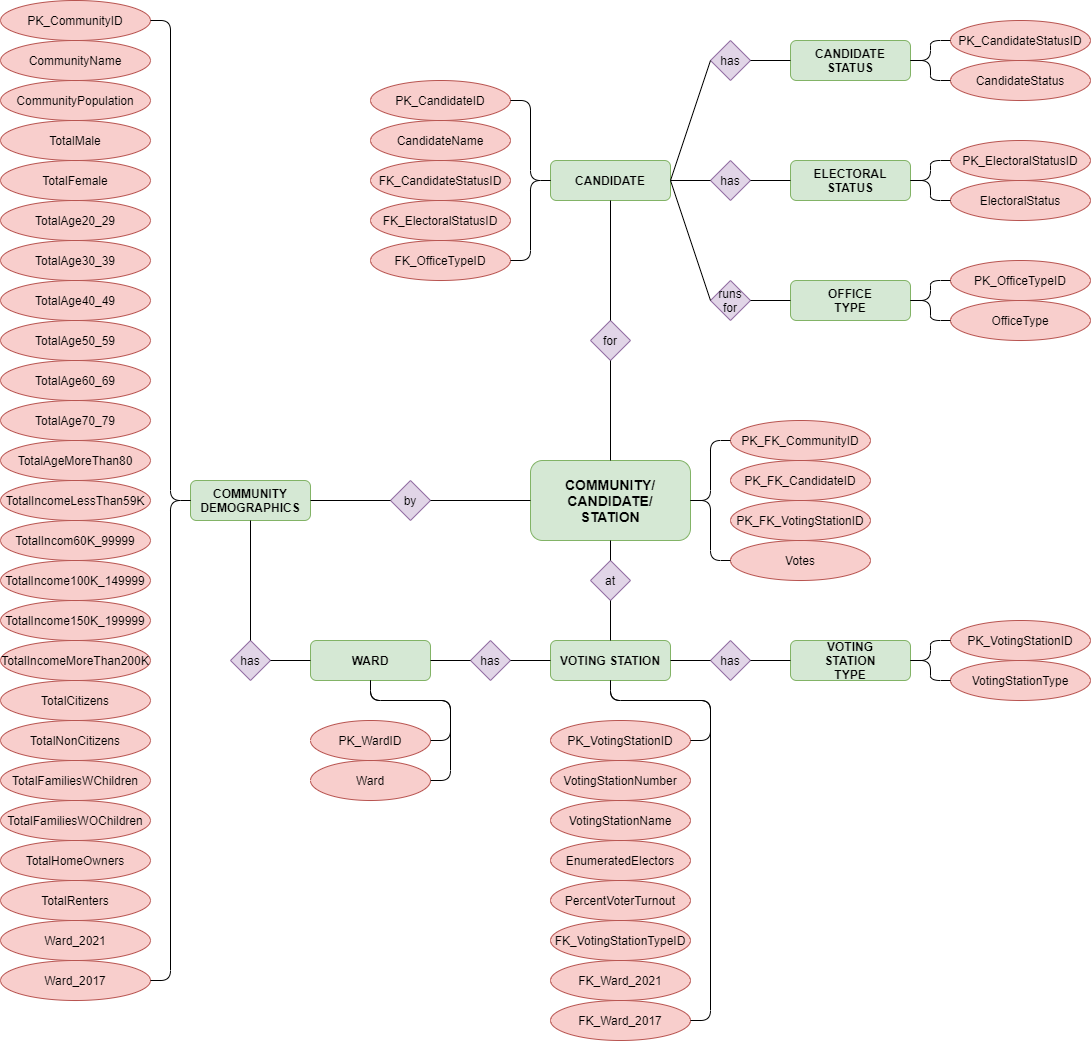
The draw.io diagram ERD.png in aCrockofSchmidt/BVC_IndProject_Municipal_Election_Analyzer, before a commit. Source tidied: cells renumbered, new cells last; positions are measured from the earlier drawing's top-left corner, leaving out a move shared by most shapes.
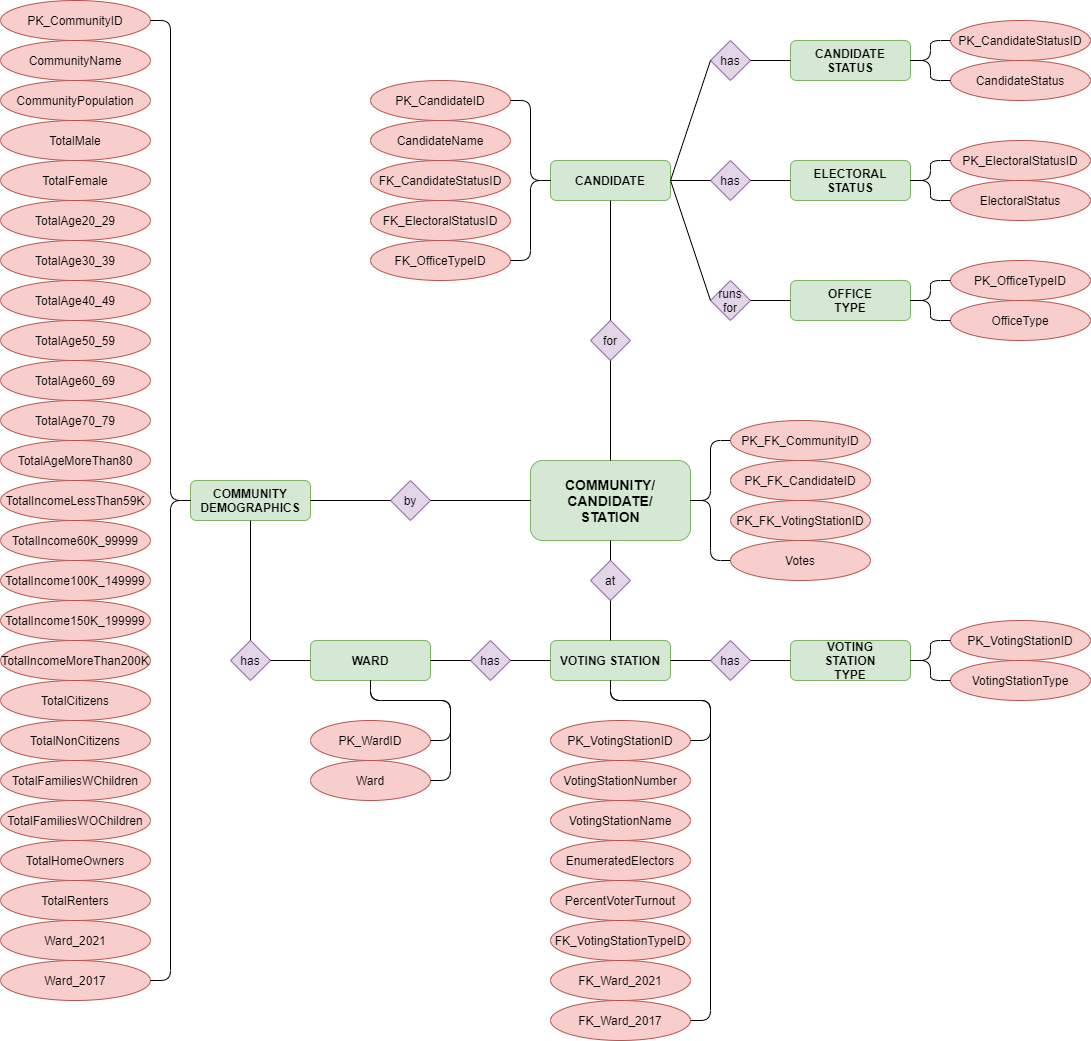
Later version of the same file.

What changed in the source:
```diff
@@ -26,7 +26,7 @@
     <mxCell id="9" value="TotalIncomeLessThan59K" style="ellipse;whiteSpace=wrap;html=1;fillColor=#f8cecc;strokeColor=#b85450;" parent="1" vertex="1">
       <mxGeometry y="480" width="150" height="40" as="geometry" />
     </mxCell>
-    <mxCell id="10" value="TotalIncom60K_99999" style="ellipse;whiteSpace=wrap;html=1;fillColor=#f8cecc;strokeColor=#b85450;" parent="1" vertex="1">
+    <mxCell id="10" value="TotalIncome60K_99999" style="ellipse;whiteSpace=wrap;html=1;fillColor=#f8cecc;strokeColor=#b85450;" parent="1" vertex="1">
       <mxGeometry y="520" width="150" height="40" as="geometry" />
     </mxCell>
     <mxCell id="11" value="TotalIncome100K_149999" style="ellipse;whiteSpace=wrap;html=1;fillColor=#f8cecc;strokeColor=#b85450;" parent="1" vertex="1">
```
